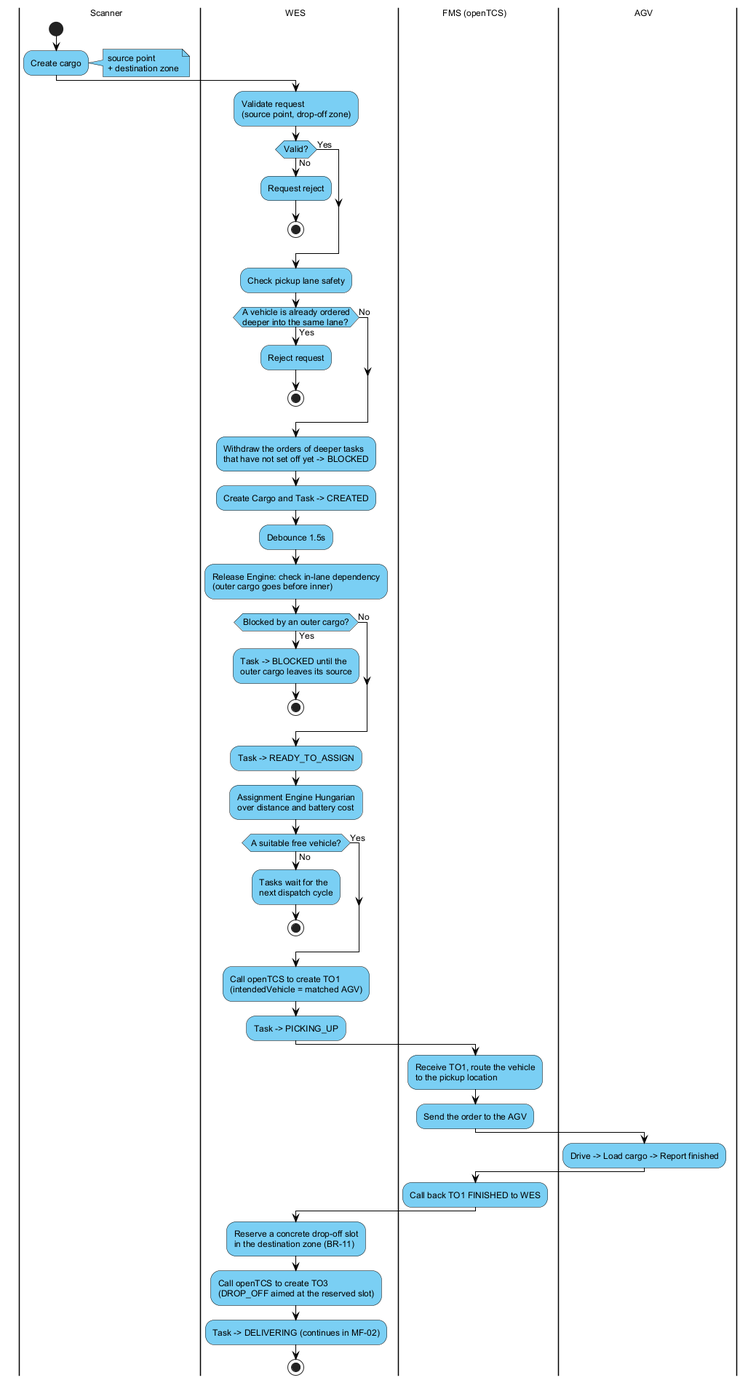
Above: report/diagrams/mf-01-pickup.png in arishem51/wes (PlantUML), before the change.
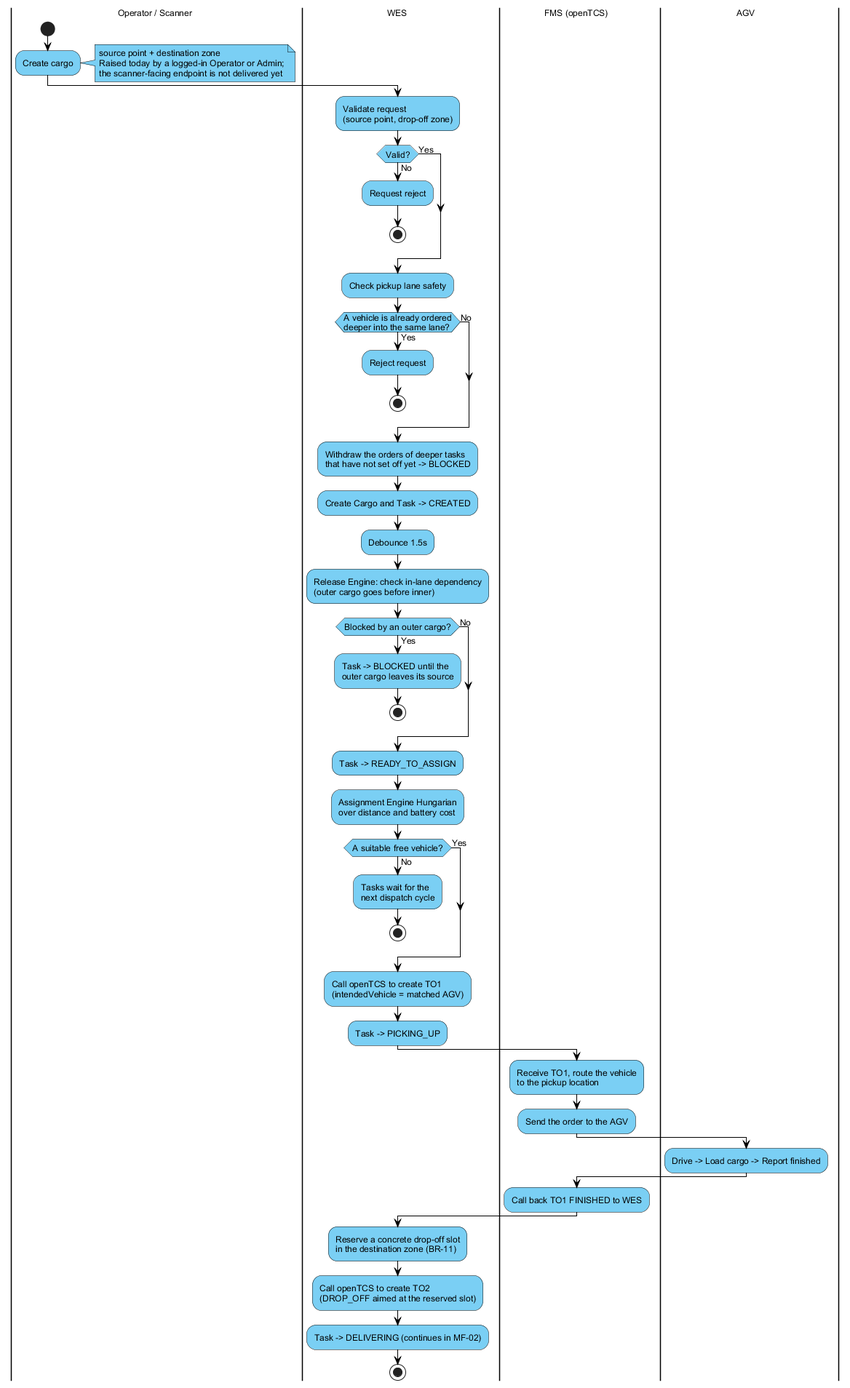
Later version of the same file.

The edit, as a diff of the source:
```diff
@@ -11,15 +11,19 @@
 skinparam NoteBackgroundColor #7ACFF4
 skinparam NoteBorderColor #000000
 
-|Scanner|
+|Operator / Scanner|
 |WES|
 |FMS (openTCS)|
 |AGV|
 
-|Scanner|
+|Operator / Scanner|
 start
 :Create cargo;
-note right: source point\n+ destination zone
+note right
+  source point + destination zone
+  Raised today by a logged-in Operator or Admin;
+  the scanner-facing endpoint is not delivered yet
+end note
 
 |WES|
 :Validate request\n(source point, drop-off zone);
@@ -65,7 +69,7 @@
 
 |WES|
 :Reserve a concrete drop-off slot\nin the destination zone (BR-11);
-:Call openTCS to create TO3\n(DROP_OFF aimed at the reserved slot);
+:Call openTCS to create TO2\n(DROP_OFF aimed at the reserved slot);
 :Task -> DELIVERING (continues in MF-02);
 stop
 
```
